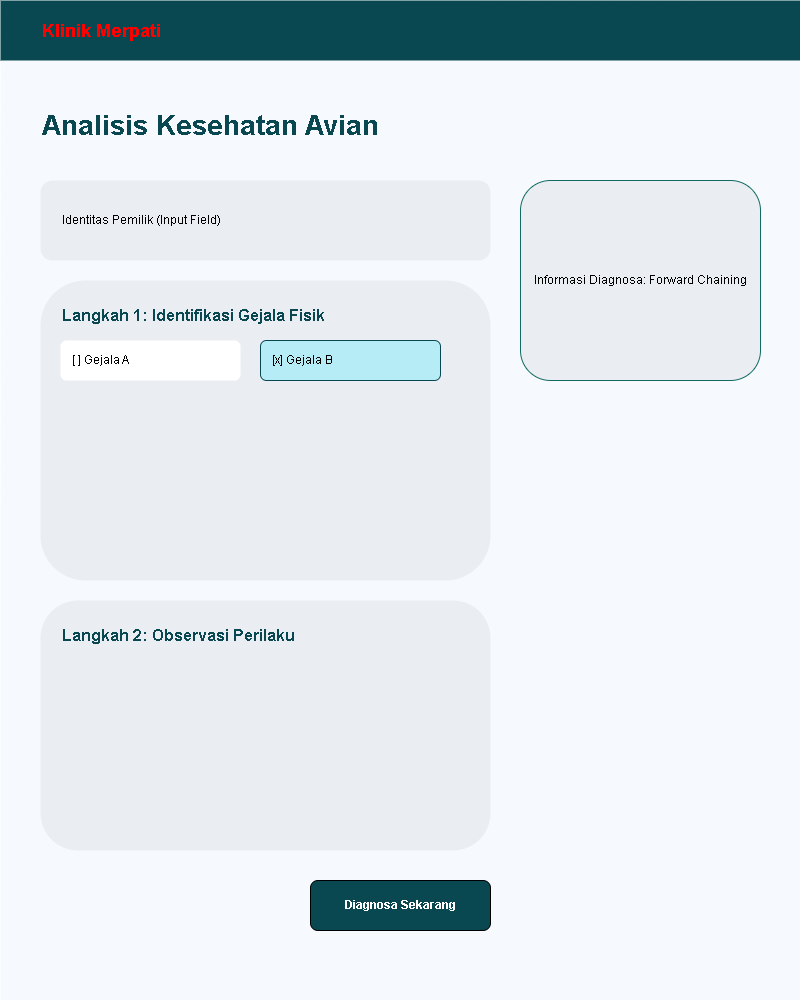
The draw.io diagram diagram/desain/konsultasi.png in Jinsky/Jinsky, before a commit. Source tidied: cells renumbered, new cells last; positions are measured from the earlier drawing's top-left corner, leaving out a move shared by most shapes.
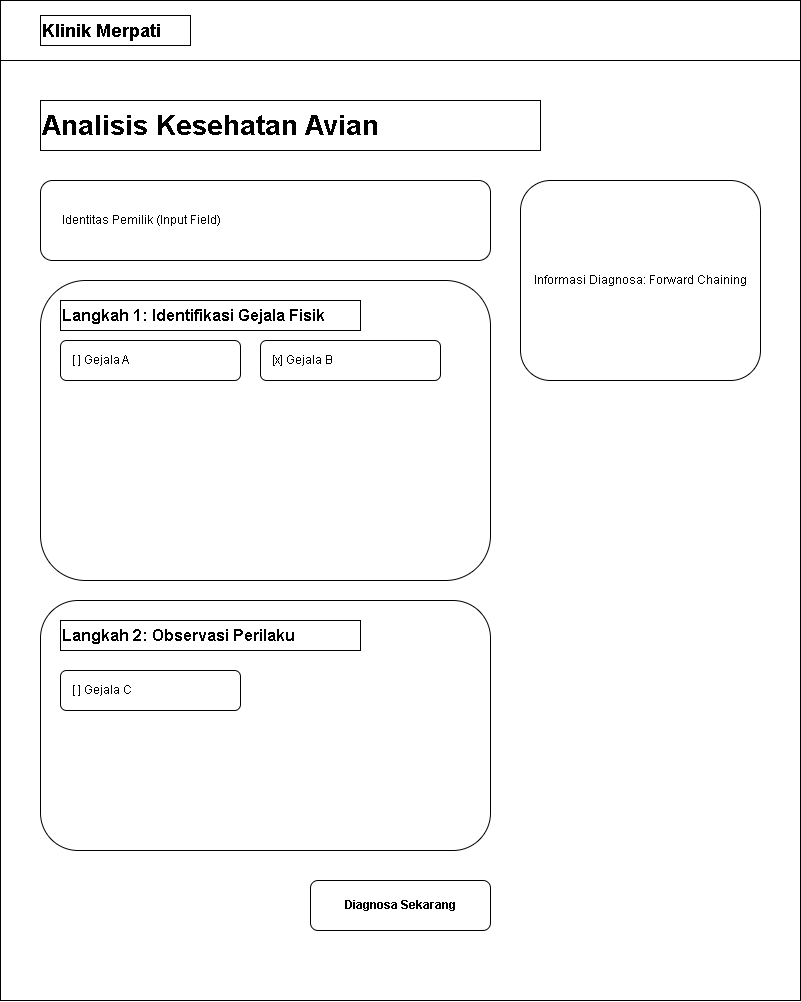
The same diagram one commit later.

The edit, as a diff of the source:
```diff
@@ -2,44 +2,47 @@
   <root>
     <mxCell id="0" />
     <mxCell id="1" parent="0" />
-    <mxCell id="2" style="rounded=0;whiteSpace=wrap;html=1;fillColor=#f6fafe;strokeColor=none;" parent="1" vertex="1">
+    <mxCell id="2" style="rounded=0;whiteSpace=wrap;html=1;fillColor=#ffffff;strokeColor=#000000;fontColor=#000000;" parent="1" vertex="1">
       <mxGeometry width="800" height="1000" as="geometry" />
     </mxCell>
-    <mxCell id="3" style="rounded=0;whiteSpace=wrap;html=1;fillColor=#094851;strokeColor=none;" parent="1" vertex="1">
+    <mxCell id="3" style="rounded=0;whiteSpace=wrap;html=1;fillColor=#ffffff;strokeColor=#000000;fontColor=#000000;" parent="1" vertex="1">
       <mxGeometry width="800" height="60" as="geometry" />
     </mxCell>
-    <mxCell id="4" value="&lt;b&gt;&lt;font style=&quot;color: light-dark(rgb(255, 0, 0), rgb(237, 237, 237));&quot;&gt;Klinik Merpati&lt;/font&gt;&lt;/b&gt;" style="text;html=1;strokeColor=none;fillColor=none;align=left;verticalAlign=middle;whiteSpace=wrap;rounded=0;fontColor=#ffffff;fontSize=18;" parent="1" vertex="1">
+    <mxCell id="4" value="&lt;b&gt;&lt;font style=&quot;color: #000000;&quot;&gt;Klinik Merpati&lt;/font&gt;&lt;/b&gt;" style="text;html=1;strokeColor=#000000;fillColor=none;align=left;verticalAlign=middle;whiteSpace=wrap;rounded=0;fontColor=#000000;fontSize=18;" parent="1" vertex="1">
       <mxGeometry x="40" y="15" width="150" height="30" as="geometry" />
     </mxCell>
-    <mxCell id="5" value="&lt;b&gt;Analisis Kesehatan Avian&lt;/b&gt;" style="text;html=1;strokeColor=none;fillColor=none;align=left;verticalAlign=middle;whiteSpace=wrap;rounded=0;fontSize=28;fontColor=#094851;" parent="1" vertex="1">
+    <mxCell id="5" value="&lt;b&gt;Analisis Kesehatan Avian&lt;/b&gt;" style="text;html=1;strokeColor=#000000;fillColor=none;align=left;verticalAlign=middle;whiteSpace=wrap;rounded=0;fontSize=28;fontColor=#000000;" parent="1" vertex="1">
       <mxGeometry x="40" y="100" width="500" height="50" as="geometry" />
     </mxCell>
-    <mxCell id="6" value="Identitas Pemilik (Input Field)" style="rounded=0;whiteSpace=wrap;html=1;fillColor=#eaeef2;rounded=1;strokeColor=none;align=left;spacingLeft=20;" parent="1" vertex="1">
+    <mxCell id="6" value="Identitas Pemilik (Input Field)" style="rounded=1;whiteSpace=wrap;html=1;fillColor=#ffffff;strokeColor=#000000;align=left;spacingLeft=20;fontColor=#000000;" parent="1" vertex="1">
       <mxGeometry x="40" y="180" width="450" height="80" as="geometry" />
     </mxCell>
-    <mxCell id="7" style="rounded=0;whiteSpace=wrap;html=1;fillColor=#eaeef2;rounded=1;strokeColor=none;" parent="1" vertex="1">
+    <mxCell id="7" style="rounded=1;whiteSpace=wrap;html=1;fillColor=#ffffff;strokeColor=#000000;fontColor=#000000;" parent="1" vertex="1">
       <mxGeometry x="40" y="280" width="450" height="300" as="geometry" />
     </mxCell>
-    <mxCell id="8" value="&lt;b&gt;Langkah 1: Identifikasi Gejala Fisik&lt;/b&gt;" style="text;html=1;strokeColor=none;fillColor=none;align=left;verticalAlign=middle;whiteSpace=wrap;rounded=0;fontColor=#094851;fontSize=16;" parent="1" vertex="1">
+    <mxCell id="8" value="&lt;b&gt;Langkah 1: Identifikasi Gejala Fisik&lt;/b&gt;" style="text;html=1;strokeColor=#000000;fillColor=none;align=left;verticalAlign=middle;whiteSpace=wrap;rounded=0;fontColor=#000000;fontSize=16;" parent="1" vertex="1">
       <mxGeometry x="60" y="300" width="300" height="30" as="geometry" />
     </mxCell>
-    <mxCell id="9" value="[ ] Gejala A" style="rounded=0;whiteSpace=wrap;html=1;fillColor=#ffffff;rounded=1;strokeColor=none;align=left;spacingLeft=10;" parent="1" vertex="1">
+    <mxCell id="9" value="[ ] Gejala A" style="rounded=1;whiteSpace=wrap;html=1;fillColor=#ffffff;strokeColor=#000000;align=left;spacingLeft=10;fontColor=#000000;" parent="1" vertex="1">
       <mxGeometry x="60" y="340" width="180" height="40" as="geometry" />
     </mxCell>
-    <mxCell id="10" value="[x] Gejala B" style="rounded=0;whiteSpace=wrap;html=1;fillColor=#b6ecf6;rounded=1;strokeColor=#094851;align=left;spacingLeft=10;" parent="1" vertex="1">
+    <mxCell id="10" value="[x] Gejala B" style="rounded=1;whiteSpace=wrap;html=1;fillColor=#ffffff;strokeColor=#000000;align=left;spacingLeft=10;fontColor=#000000;" parent="1" vertex="1">
       <mxGeometry x="260" y="340" width="180" height="40" as="geometry" />
     </mxCell>
-    <mxCell id="11" style="rounded=0;whiteSpace=wrap;html=1;fillColor=#eaeef2;rounded=1;strokeColor=none;" parent="1" vertex="1">
+    <mxCell id="11" style="rounded=1;whiteSpace=wrap;html=1;fillColor=#ffffff;strokeColor=#000000;fontColor=#000000;" parent="1" vertex="1">
       <mxGeometry x="40" y="600" width="450" height="250" as="geometry" />
     </mxCell>
-    <mxCell id="12" value="&lt;b&gt;Langkah 2: Observasi Perilaku&lt;/b&gt;" style="text;html=1;strokeColor=none;fillColor=none;align=left;verticalAlign=middle;whiteSpace=wrap;rounded=0;fontColor=#094851;fontSize=16;" parent="1" vertex="1">
+    <mxCell id="12" value="&lt;b&gt;Langkah 2: Observasi Perilaku&lt;/b&gt;" style="text;html=1;strokeColor=#000000;fillColor=none;align=left;verticalAlign=middle;whiteSpace=wrap;rounded=0;fontColor=#000000;fontSize=16;" parent="1" vertex="1">
       <mxGeometry x="60" y="620" width="300" height="30" as="geometry" />
     </mxCell>
-    <mxCell id="13" value="Diagnosa Sekarang" style="rounded=0;whiteSpace=wrap;html=1;fillColor=#094851;fontColor=#ffffff;rounded=1;fontStyle=1;" parent="1" vertex="1">
+    <mxCell id="13" value="Diagnosa Sekarang" style="rounded=1;whiteSpace=wrap;html=1;fillColor=#ffffff;fontColor=#000000;fontStyle=1;strokeColor=#000000;" parent="1" vertex="1">
       <mxGeometry x="310" y="880" width="180" height="50" as="geometry" />
     </mxCell>
-    <mxCell id="14" value="Informasi Diagnosa: Forward Chaining" style="rounded=0;whiteSpace=wrap;html=1;fillColor=#eaeef2;rounded=1;borderLeft=4;strokeColor=#126a63;" parent="1" vertex="1">
+    <mxCell id="14" value="Informasi Diagnosa: Forward Chaining" style="rounded=1;whiteSpace=wrap;html=1;fillColor=#ffffff;borderLeft=4;strokeColor=#000000;fontColor=#000000;" parent="1" vertex="1">
       <mxGeometry x="520" y="180" width="240" height="200" as="geometry" />
     </mxCell>
+    <mxCell id="15" value="[ ] Gejala C" style="rounded=1;whiteSpace=wrap;html=1;fillColor=#ffffff;strokeColor=#000000;align=left;spacingLeft=10;fontColor=#000000;" parent="1" vertex="1">
+      <mxGeometry x="60" y="670" width="180" height="40" as="geometry" />
+    </mxCell>
   </root>
 </mxGraphModel>
```
